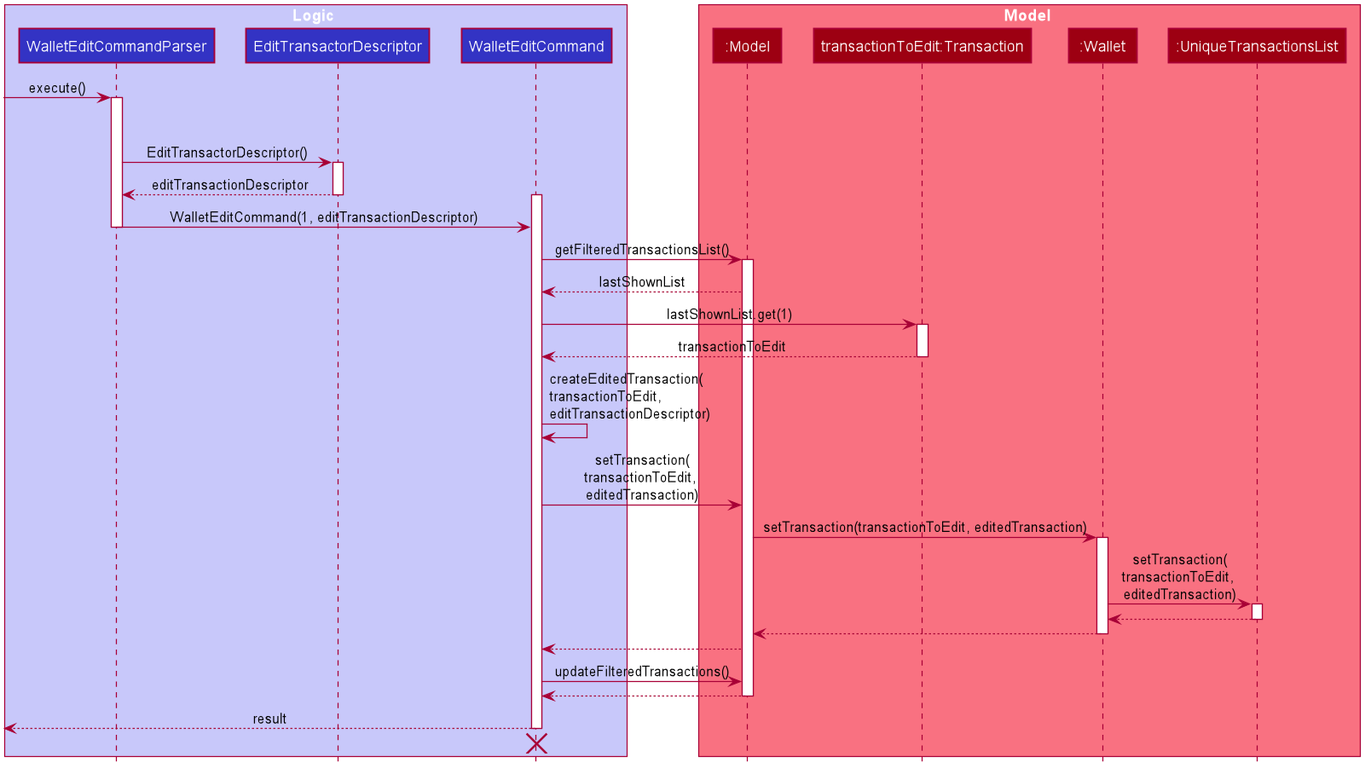
This is WalletEditSequenceDiagram.png from syinyichen/main, a PlantUML export, as it was before one commit. Its diagram source:
```plantuml
@startuml








skinparam BackgroundColor #FFFFFFF

skinparam Shadowing false

skinparam Class {
    FontColor #FFFFFF
    BorderThickness 1
    BorderColor #FFFFFF
    StereotypeFontColor #FFFFFF
    FontName Arial
}

skinparam Actor {
    BorderColor #000000
    Color #000000
    FontName Arial
}

skinparam Sequence {
    MessageAlign center
    BoxFontSize 15
    BoxPadding 0
    BoxFontColor #FFFFFF
    FontName Arial
}

skinparam Participant {
    FontColor #FFFFFFF
    Padding 20
}

skinparam MinClassWidth 50
skinparam ParticipantPadding 10
skinparam Shadowing false
skinparam DefaultTextAlignment center
skinparam packageStyle Rectangle

hide footbox
hide members
hide circle

box Logic #C8C8FA
participant "WalletEditCommandParser" as WalletEditCommandParser #3333C4
participant "EditTransactorDescriptor" as EditTransactorDescriptor #3333C4
participant "WalletEditCommand" as WalletEditCommand #3333C4
end box

box Model #F97181
participant ":Model" as Model #9D0012
participant "transactionToEdit:Transaction" as transactionToEdit #9D0012
participant ":Wallet" as Wallet #9D0012
participant ":UniqueTransactionsList" as UniqueTransactionsList #9D0012
end box

[-> WalletEditCommandParser : execute()
activate WalletEditCommandParser

[-[hidden]> WalletEditCommand : a very long long text

WalletEditCommandParser -> EditTransactorDescriptor : EditTransactorDescriptor()
activate EditTransactorDescriptor

EditTransactorDescriptor --> WalletEditCommandParser : editTransactionDescriptor
deactivate EditTransactorDescriptor
activate WalletEditCommand

WalletEditCommandParser -> WalletEditCommand : WalletEditCommand(1, editTransactionDescriptor)
deactivate WalletEditCommandParser

WalletEditCommand -> Model : getFilteredTransactionsList()
activate Model

Model --> WalletEditCommand : lastShownList

WalletEditCommand -> transactionToEdit : lastShownList.get(1)
activate transactionToEdit

transactionToEdit --> WalletEditCommand : transactionToEdit
deactivate transactionToEdit

WalletEditCommand -> WalletEditCommand : createEditedTransaction(\ntransactionToEdit, \neditTransactionDescriptor)


WalletEditCommand -> Model : setTransaction(\ntransactionToEdit, \neditedTransaction)

Model -> Wallet : setTransaction(transactionToEdit, editedTransaction)
activate Wallet

Wallet -> UniqueTransactionsList : setTransaction(\ntransactionToEdit, \neditedTransaction)
activate UniqueTransactionsList

UniqueTransactionsList --> Wallet
deactivate UniqueTransactionsList

Wallet --> Model
deactivate Wallet

Model --> WalletEditCommand

WalletEditCommand -> Model : updateFilteredTransactions()

Model --> WalletEditCommand
deactivate Model

[<--WalletEditCommand : result
deactivate WalletEditCommand
[<-[hidden]-WalletEditCommand
destroy WalletEditCommand

@enduml
```
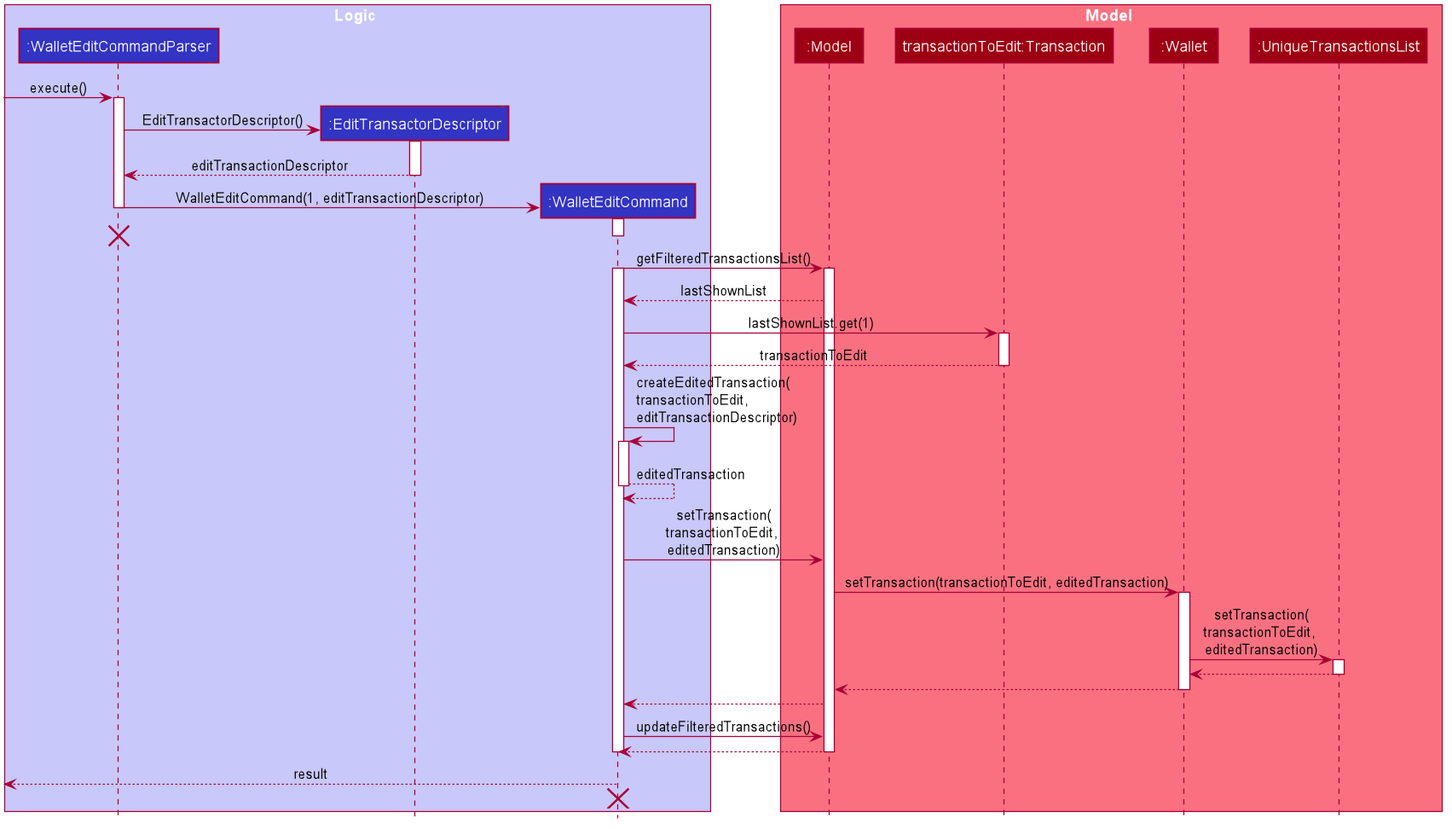
Above is the later version.

The edit, as a diff of the source:
```diff
@@ -49,9 +49,9 @@
 hide circle
 
 box Logic #C8C8FA
-participant "WalletEditCommandParser" as WalletEditCommandParser #3333C4
-participant "EditTransactorDescriptor" as EditTransactorDescriptor #3333C4
-participant "WalletEditCommand" as WalletEditCommand #3333C4
+participant ":WalletEditCommandParser" as WalletEditCommandParser #3333C4
+participant ":EditTransactorDescriptor" as EditTransactorDescriptor #3333C4
+participant ":WalletEditCommand" as WalletEditCommand #3333C4
 end box
 
 box Model #F97181
@@ -64,19 +64,25 @@
 [-> WalletEditCommandParser : execute()
 activate WalletEditCommandParser
 
-[-[hidden]> WalletEditCommand : a very long long text
-
+create EditTransactorDescriptor
 WalletEditCommandParser -> EditTransactorDescriptor : EditTransactorDescriptor()
 activate EditTransactorDescriptor
 
 EditTransactorDescriptor --> WalletEditCommandParser : editTransactionDescriptor
 deactivate EditTransactorDescriptor
+
+create WalletEditCommand
+WalletEditCommandParser -> WalletEditCommand : WalletEditCommand(1, editTransactionDescriptor)
 activate WalletEditCommand
-
-WalletEditCommandParser -> WalletEditCommand : WalletEditCommand(1, editTransactionDescriptor)
 deactivate WalletEditCommandParser
 
+[-[hidden]> WalletEditCommand :
+destroy WalletEditCommandParser
+
+deactivate WalletEditCommand
+
 WalletEditCommand -> Model : getFilteredTransactionsList()
+activate WalletEditCommand
 activate Model
 
 Model --> WalletEditCommand : lastShownList
@@ -88,7 +94,10 @@
 deactivate transactionToEdit
 
 WalletEditCommand -> WalletEditCommand : createEditedTransaction(\ntransactionToEdit, \neditTransactionDescriptor)
+activate WalletEditCommand
 
+WalletEditCommand --> WalletEditCommand : editedTransaction
+deactivate WalletEditCommand
 
 WalletEditCommand -> Model : setTransaction(\ntransactionToEdit, \neditedTransaction)
 
@@ -107,12 +116,12 @@
 Model --> WalletEditCommand
 
 WalletEditCommand -> Model : updateFilteredTransactions()
-
 Model --> WalletEditCommand
+deactivate WalletEditCommand
 deactivate Model
 
 [<--WalletEditCommand : result
-deactivate WalletEditCommand
+
 [<-[hidden]-WalletEditCommand
 destroy WalletEditCommand
 
```
